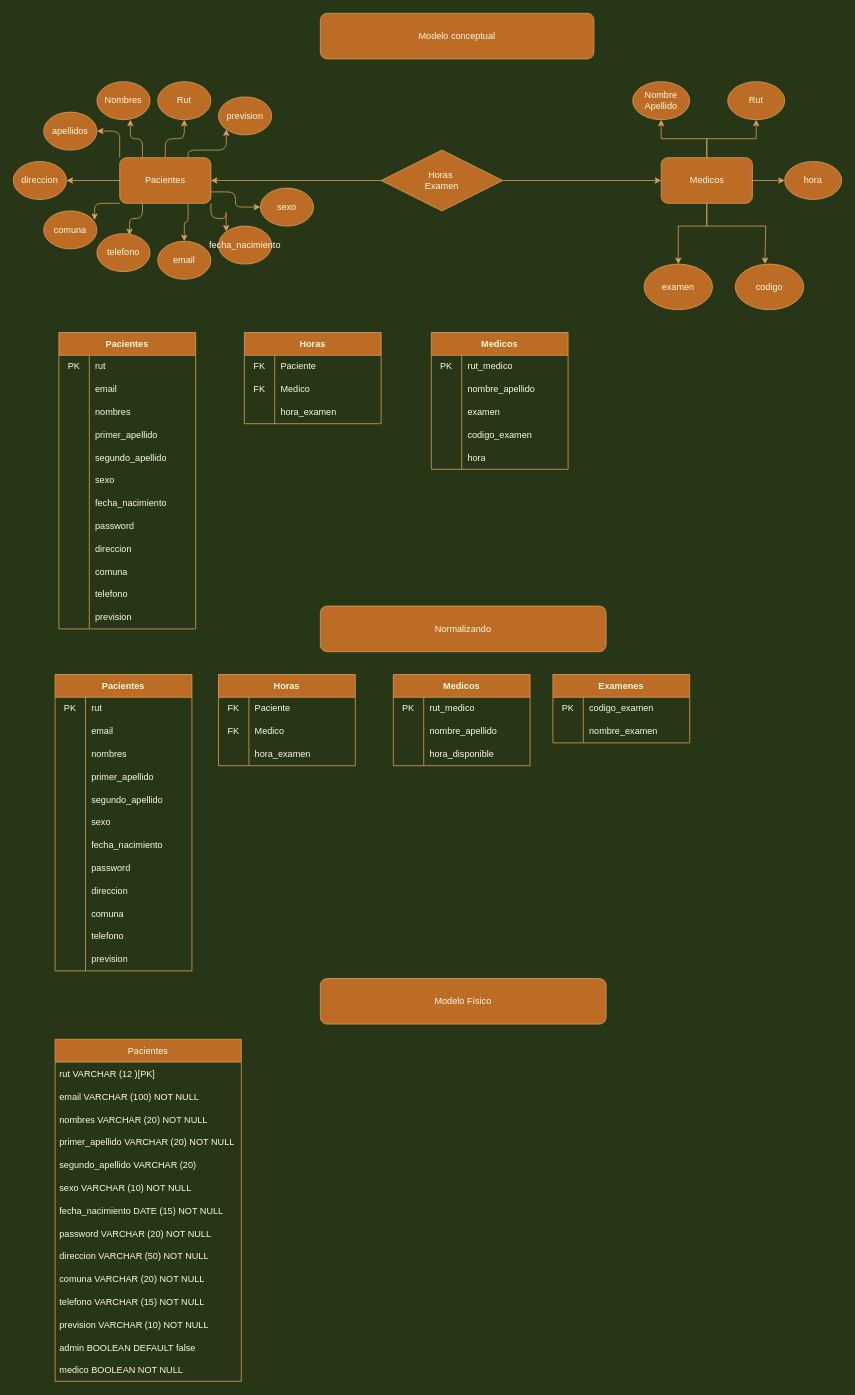
Earlier version of the draw.io diagram Untitled Diagram.drawio (LinkCL001/Proyecto_Full_Stack_JavaScript). Source tidied: cells renumbered, new cells numbered last; positions are measured from the earlier drawing's top-left corner, leaving out a move shared by most shapes. Both pictures are drawn from the tidied source at 76%, with x=0, y=0 at pixel (13, 13).
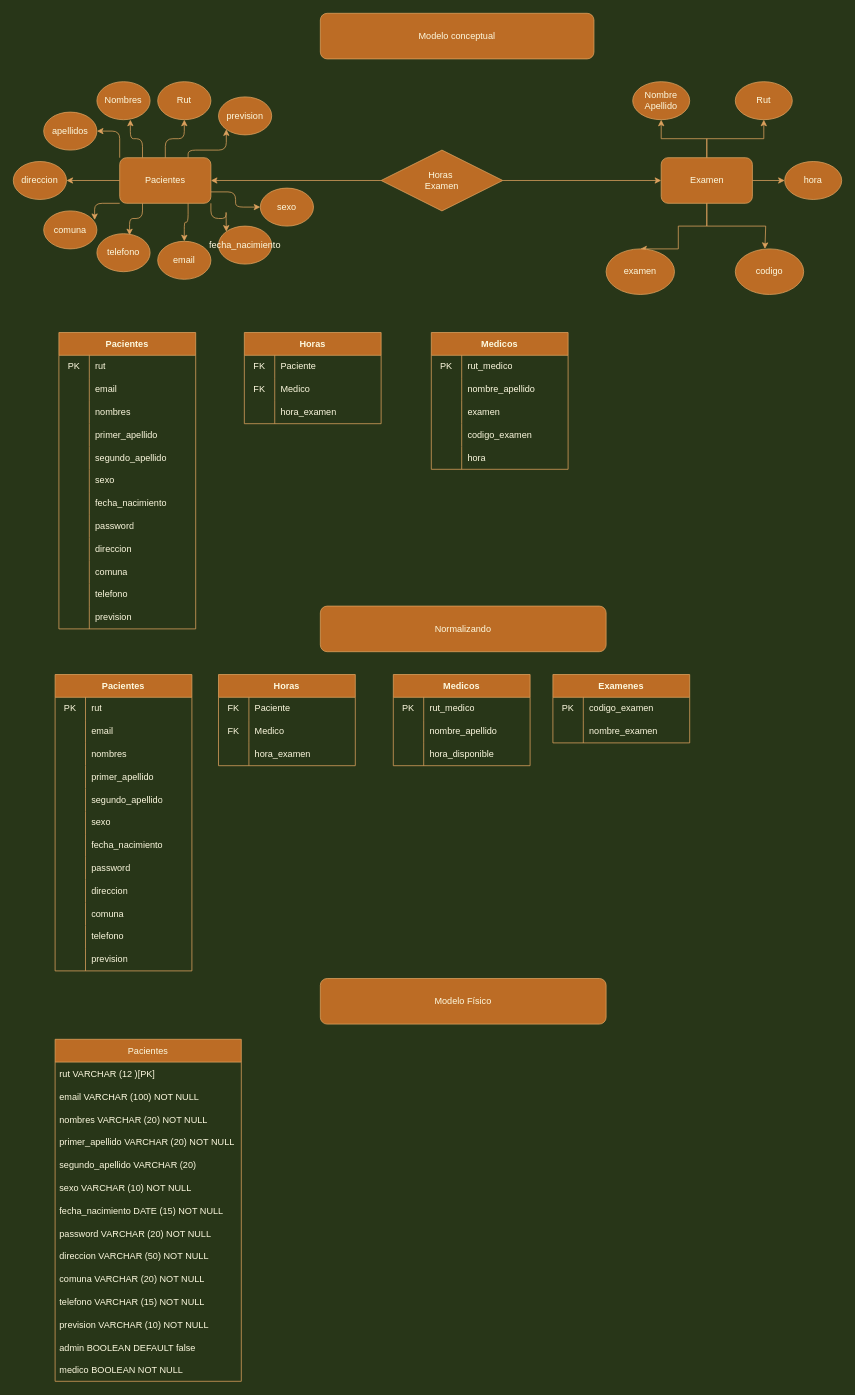
After the change.

Change to the diagram source:
```diff
@@
-    <mxCell id="19" value="Medicos" style="rounded=1;whiteSpace=wrap;html=1;sketch=0;fontColor=#FEFAE0;strokeColor=#DDA15E;fillColor=#BC6C25;" parent="1" vertex="1">
+    <mxCell id="19" value="Examen" style="rounded=1;whiteSpace=wrap;html=1;sketch=0;fontColor=#FEFAE0;strokeColor=#DDA15E;fillColor=#BC6C25;" parent="1" vertex="1">
       <mxGeometry x="852.5" y="190" width="120" height="60" as="geometry" />
     </mxCell>
@@
     <mxCell id="33" value="examen" style="ellipse;whiteSpace=wrap;html=1;rounded=0;sketch=0;fontColor=#FEFAE0;strokeColor=#DDA15E;fillColor=#BC6C25;" parent="1" vertex="1">
-      <mxGeometry x="830" y="330" width="90" height="60" as="geometry" />
+      <mxGeometry x="780" y="310" width="90" height="60" as="geometry" />
     </mxCell>
     <mxCell id="34" value="codigo" style="ellipse;whiteSpace=wrap;html=1;rounded=0;sketch=0;fontColor=#FEFAE0;strokeColor=#DDA15E;fillColor=#BC6C25;" parent="1" vertex="1">
-      <mxGeometry x="950" y="330" width="90" height="60" as="geometry" />
+      <mxGeometry x="950" y="310" width="90" height="60" as="geometry" />
     </mxCell>
     <mxCell id="35" value="Rut" style="ellipse;whiteSpace=wrap;html=1;rounded=0;sketch=0;fontColor=#FEFAE0;strokeColor=#DDA15E;fillColor=#BC6C25;" parent="1" vertex="1">
-      <mxGeometry x="940" y="90" width="75" height="50" as="geometry" />
+      <mxGeometry x="950" y="90" width="75" height="50" as="geometry" />
     </mxCell>
```
